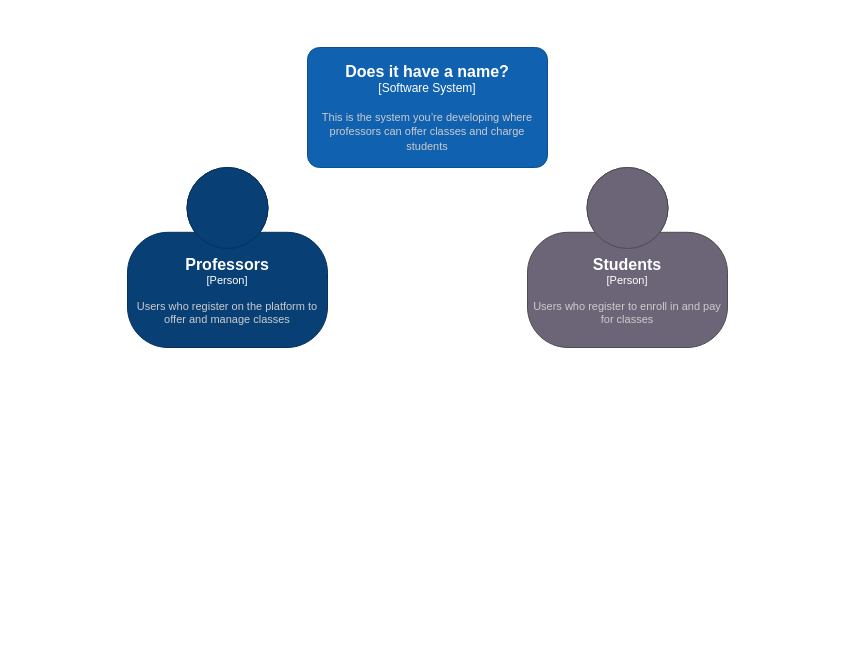
The draw.io diagram Untitled Diagram.drawio in elisenpedersen/c4-model, before the edit. Source tidied: cells renumbered, new cells numbered last; positions are measured from the earlier drawing's top-left corner, leaving out a move shared by most shapes. Both pictures are drawn from the tidied source at 100%, with x=0, y=0 at pixel (127, 47).
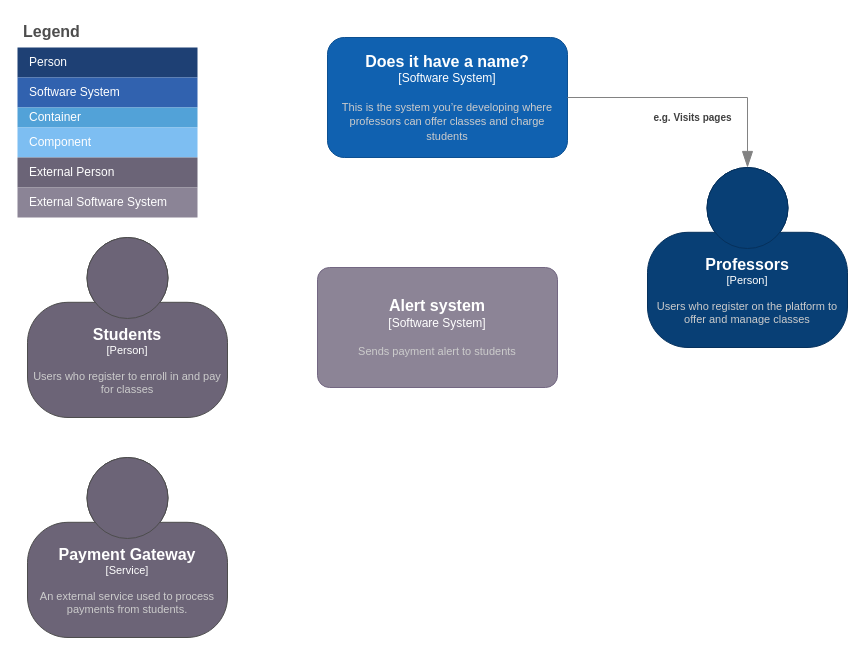
The same page after the edit.

Change to the diagram source:
```diff
@@
     <object id="2" label="&lt;font style=&quot;font-size: 16px&quot;&gt;&lt;b&gt;%c4Name%&lt;/b&gt;&lt;/font&gt;&lt;div&gt;[%c4Type%]&lt;/div&gt;&lt;br&gt;&lt;div&gt;&lt;font style=&quot;font-size: 11px&quot;&gt;&lt;font color=&quot;#cccccc&quot;&gt;%c4Description%&lt;/font&gt;&lt;/div&gt;" c4Description="Users who register on the platform to offer and manage classes" c4Name="Professors " c4Type="Person" placeholders="1">
       <mxCell style="html=1;fontSize=11;dashed=0;whiteSpace=wrap;fillColor=#083F75;strokeColor=#06315C;fontColor=#ffffff;shape=mxgraph.c4.person2;align=center;points=[[0.5,0,0],[1,0.5,0],[1,0.75,0],[0.75,1,0],[0.5,1,0],[0.25,1,0],[0,0.75,0],[0,0.5,0]];" parent="1" vertex="1">
-        <mxGeometry y="120" width="200" height="180" as="geometry" />
+        <mxGeometry x="520" y="120" width="200" height="180" as="geometry" />
       </mxCell>
     </object>
     <object id="3" label="&lt;font style=&quot;font-size: 16px&quot;&gt;&lt;b&gt;%c4Name%&lt;/b&gt;&lt;/font&gt;&lt;div&gt;[%c4Type%]&lt;/div&gt;&lt;br&gt;&lt;div&gt;&lt;font style=&quot;font-size: 11px&quot;&gt;&lt;font color=&quot;#cccccc&quot;&gt;%c4Description%&lt;/font&gt;&lt;/div&gt;" c4Description=" This is the system you’re developing where professors can offer classes and charge students" c4Name="Does it have a name?" c4Type="Software System" placeholders="1">
-      <mxCell style="rounded=1;whiteSpace=wrap;html=1;labelBackgroundColor=none;fillColor=#1061B0;fontColor=#ffffff;align=center;arcSize=10;strokeColor=#0D5091;points=[[0.25,0,0],[0.5,0,0],[0.75,0,0],[1,0.25,0],[1,0.5,0],[1,0.75,0],[0.75,1,0],[0.5,1,0],[0.25,1,0],[0,0.75,0],[0,0.5,0],[0,0.25,0]];" parent="1" vertex="1">
-        <mxGeometry x="180" width="240" height="120" as="geometry" />
+      <mxCell style="rounded=1;whiteSpace=wrap;html=1;labelBackgroundColor=none;fillColor=#1061B0;fontColor=#ffffff;align=center;arcSize=14;strokeColor=#0D5091;points=[[0.25,0,0],[0.5,0,0],[0.75,0,0],[1,0.25,0],[1,0.5,0],[1,0.75,0],[0.75,1,0],[0.5,1,0],[0.25,1,0],[0,0.75,0],[0,0.5,0],[0,0.25,0]];" parent="1" vertex="1">
+        <mxGeometry x="200" y="-10" width="240" height="120" as="geometry" />
       </mxCell>
     </object>
     <object id="4" label="&lt;font style=&quot;font-size: 16px&quot;&gt;&lt;b&gt;%c4Name%&lt;/b&gt;&lt;/font&gt;&lt;div&gt;[%c4Type%]&lt;/div&gt;&lt;br&gt;&lt;div&gt;&lt;font style=&quot;font-size: 11px&quot;&gt;&lt;font color=&quot;#cccccc&quot;&gt;%c4Description%&lt;/font&gt;&lt;/div&gt;" c4Description="Users who register to enroll in and pay for classes" c4Name="Students" c4Type="Person" placeholders="1">
       <mxCell style="html=1;fontSize=11;dashed=0;whiteSpace=wrap;fillColor=#6C6477;strokeColor=#4D4D4D;fontColor=#ffffff;shape=mxgraph.c4.person2;align=center;" parent="1" vertex="1">
-        <mxGeometry x="400" y="120" width="200" height="180" as="geometry" />
+        <mxGeometry x="-100" y="190" width="200" height="180" as="geometry" />
       </mxCell>
     </object>
+    <object id="5" label="&lt;font style=&quot;font-size: 16px&quot;&gt;&lt;b&gt;%c4Name%&lt;/b&gt;&lt;/font&gt;&lt;div&gt;[%c4Type%]&lt;/div&gt;&lt;br&gt;&lt;div&gt;&lt;font style=&quot;font-size: 11px&quot;&gt;&lt;font color=&quot;#cccccc&quot;&gt;%c4Description%&lt;/font&gt;&lt;/div&gt;" c4Description="An external service used to process payments from students." c4Name="Payment Gateway" c4Type="Service" placeholders="1">
+      <mxCell style="html=1;fontSize=11;dashed=0;whiteSpace=wrap;fillColor=#6C6477;strokeColor=#4D4D4D;fontColor=#ffffff;shape=mxgraph.c4.person2;align=center;" parent="1" vertex="1">
+        <mxGeometry x="-100" y="410" width="200" height="180" as="geometry" />
+      </mxCell>
+    </object>
+    <object id="6" label="&lt;div style=&quot;text-align: left&quot;&gt;&lt;div style=&quot;text-align: center&quot;&gt;&lt;b&gt;%c4Description%&lt;/b&gt;&lt;/div&gt;" c4Description="e.g. Visits pages" placeholders="1">
+      <mxCell style="endArrow=blockThin;html=1;fontSize=10;fontColor=#404040;strokeWidth=1;endFill=1;strokeColor=#828282;elbow=vertical;endSize=14;startSize=14;jumpStyle=arc;jumpSize=16;rounded=0;edgeStyle=orthogonalEdgeStyle;exitX=1;exitY=0.5;exitDx=0;exitDy=0;exitPerimeter=0;" parent="1" edge="1" source="3" target="2">
+        <mxGeometry y="-20" relative="1" as="geometry" />
+      </mxCell>
+    </object>
+    <object id="7" label="&lt;font style=&quot;font-size: 16px&quot;&gt;&lt;b&gt;%c4Name%&lt;/b&gt;&lt;/font&gt;&lt;div&gt;[%c4Type%]&lt;/div&gt;&lt;br&gt;&lt;div&gt;&lt;font style=&quot;font-size: 11px&quot;&gt;&lt;font color=&quot;#cccccc&quot;&gt;%c4Description%&lt;/font&gt;&lt;/div&gt;" c4Description="Sends payment alert to students" c4Name="Alert system" c4Type="Software System" placeholders="1">
+      <mxCell style="rounded=1;whiteSpace=wrap;html=1;labelBackgroundColor=none;fillColor=#8C8496;fontColor=#ffffff;align=center;arcSize=10;strokeColor=#736782;" parent="1" vertex="1">
+        <mxGeometry x="190" y="220" width="240" height="120" as="geometry" />
+      </mxCell>
+    </object>
+    <mxCell id="8" value="Legend" style="shape=table;startSize=30;childLayout=tableLayout;fontSize=16;align=left;verticalAlign=top;fillColor=none;strokeColor=none;fontColor=#4D4D4D;fontStyle=1;spacingLeft=6;spacing=0;" parent="1" vertex="1">
+      <mxGeometry x="-110" y="-30" width="180" height="200" as="geometry" />
+    </mxCell>
+    <mxCell id="9" style="shape=tableRow;horizontal=0;startSize=0;swimlaneHead=0;swimlaneBody=0;strokeColor=inherit;top=0;left=0;bottom=0;right=0;fillColor=none;fontSize=12;" parent="8" vertex="1">
+      <mxGeometry y="30" width="180" height="30" as="geometry" />
+    </mxCell>
+    <mxCell id="10" value="Person" style="shape=partialRectangle;html=1;whiteSpace=wrap;strokeColor=inherit;overflow=hidden;fillColor=#1E4074;top=0;left=0;bottom=0;right=0;fontSize=12;align=left;fontColor=#FFFFFF;gradientColor=none;spacingLeft=10;spacingRight=4;" parent="9" vertex="1">
+      <mxGeometry width="180" height="30" as="geometry" />
+    </mxCell>
+    <mxCell id="11" style="shape=tableRow;horizontal=0;startSize=0;swimlaneHead=0;swimlaneBody=0;strokeColor=inherit;top=0;left=0;bottom=0;right=0;fillColor=none;fontSize=12;" parent="8" vertex="1">
+      <mxGeometry y="60" width="180" height="30" as="geometry" />
+    </mxCell>
+    <mxCell id="12" value="Software System" style="shape=partialRectangle;html=1;whiteSpace=wrap;strokeColor=inherit;overflow=hidden;fillColor=#3162AF;top=0;left=0;bottom=0;right=0;fontSize=12;align=left;fontColor=#FFFFFF;gradientColor=none;spacingLeft=10;spacingRight=4;" parent="11" vertex="1">
+      <mxGeometry width="180" height="30" as="geometry" />
+    </mxCell>
+    <mxCell id="13" style="shape=tableRow;horizontal=0;startSize=0;swimlaneHead=0;swimlaneBody=0;strokeColor=inherit;top=0;left=0;bottom=0;right=0;fillColor=none;fontSize=12;" parent="8" vertex="1">
+      <mxGeometry y="90" width="180" height="20" as="geometry" />
+    </mxCell>
+    <mxCell id="14" value="Container" style="shape=partialRectangle;html=1;whiteSpace=wrap;strokeColor=inherit;overflow=hidden;fillColor=#52a2d8;top=0;left=0;bottom=0;right=0;fontSize=12;align=left;fontColor=#FFFFFF;gradientColor=none;spacingLeft=10;spacingRight=4;" parent="13" vertex="1">
+      <mxGeometry width="180" height="20" as="geometry" />
+    </mxCell>
+    <mxCell id="15" style="shape=tableRow;horizontal=0;startSize=0;swimlaneHead=0;swimlaneBody=0;strokeColor=inherit;top=0;left=0;bottom=0;right=0;fillColor=none;fontSize=12;" parent="8" vertex="1">
+      <mxGeometry y="110" width="180" height="30" as="geometry" />
+    </mxCell>
+    <mxCell id="16" value="Component" style="shape=partialRectangle;html=1;whiteSpace=wrap;strokeColor=inherit;overflow=hidden;fillColor=#7dbef2;top=0;left=0;bottom=0;right=0;fontSize=12;align=left;fontColor=#FFFFFF;gradientColor=none;spacingLeft=10;spacingRight=4;" parent="15" vertex="1">
+      <mxGeometry width="180" height="30" as="geometry" />
+    </mxCell>
+    <mxCell id="17" style="shape=tableRow;horizontal=0;startSize=0;swimlaneHead=0;swimlaneBody=0;strokeColor=inherit;top=0;left=0;bottom=0;right=0;fillColor=none;fontSize=12;" parent="8" vertex="1">
+      <mxGeometry y="140" width="180" height="30" as="geometry" />
+    </mxCell>
+    <mxCell id="18" value="External Person" style="shape=partialRectangle;html=1;whiteSpace=wrap;strokeColor=inherit;overflow=hidden;fillColor=#6b6477;top=0;left=0;bottom=0;right=0;fontSize=12;align=left;fontColor=#FFFFFF;gradientColor=none;spacingLeft=10;spacingRight=4;" parent="17" vertex="1">
+      <mxGeometry width="180" height="30" as="geometry" />
+    </mxCell>
+    <mxCell id="19" style="shape=tableRow;horizontal=0;startSize=0;swimlaneHead=0;swimlaneBody=0;strokeColor=inherit;top=0;left=0;bottom=0;right=0;fillColor=none;fontSize=12;" parent="8" vertex="1">
+      <mxGeometry y="170" width="180" height="30" as="geometry" />
+    </mxCell>
+    <mxCell id="20" value="External Software System" style="shape=partialRectangle;html=1;whiteSpace=wrap;strokeColor=inherit;overflow=hidden;fillColor=#8b8496;top=0;left=0;bottom=0;right=0;fontSize=12;align=left;fontColor=#FFFFFF;gradientColor=none;spacingLeft=10;spacingRight=4;" parent="19" vertex="1">
+      <mxGeometry width="180" height="30" as="geometry" />
+    </mxCell>
```
